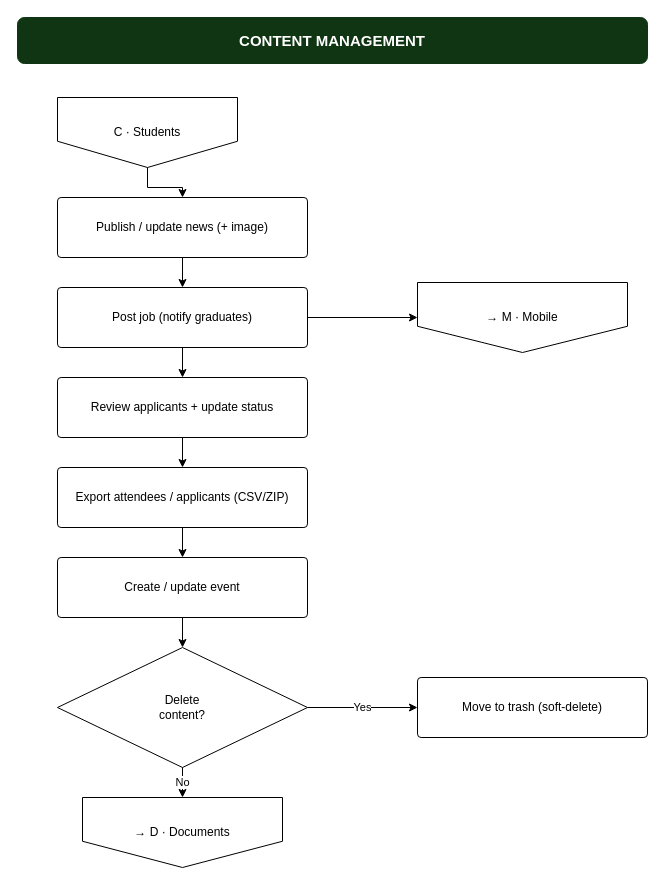
Earlier version of the draw.io diagram page "Admin — Content" (4 of 7) of docs/reunio-admin-flow.drawio (dibidjims17/Alumni-System). Source tidied: cells renumbered, new cells numbered last; positions are measured from the earlier drawing's top-left corner, leaving out a move shared by most shapes. Both pictures are drawn from the tidied source at 100%, with x=0, y=0 at pixel (17, 17).
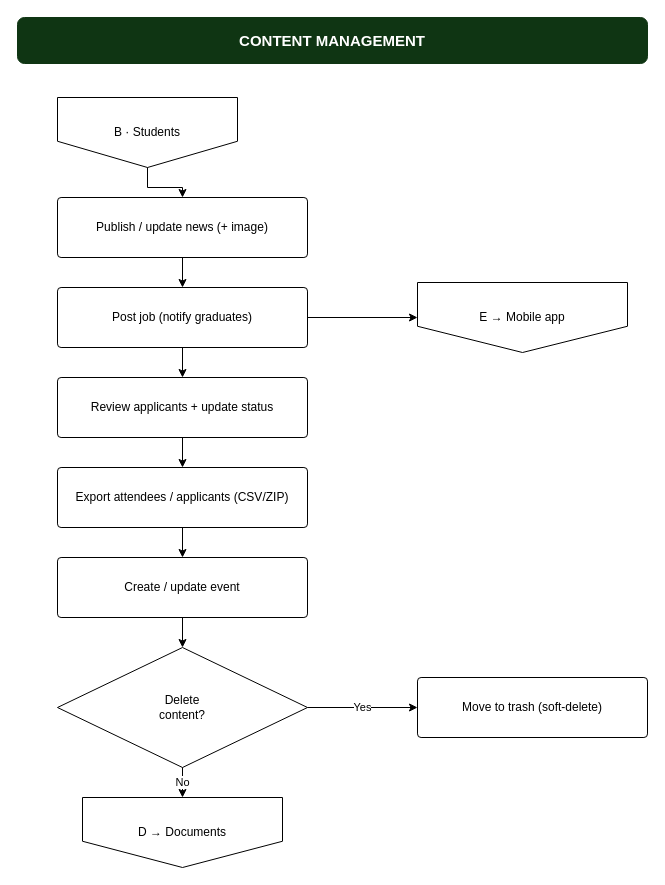
Above is the later version.

Change to the diagram source:
```diff
@@
-    <mxCell id="3" value="C · Students" style="shape=offPageConnector;whiteSpace=wrap;html=1;fontSize=12;" parent="1" vertex="1">
+    <mxCell id="3" value="B · Students" style="shape=offPageConnector;whiteSpace=wrap;html=1;fontSize=12;" parent="1" vertex="1">
       <mxGeometry x="40" y="80" width="180" height="70" as="geometry" />
     </mxCell>
@@
-    <mxCell id="6" value="→ M · Mobile" style="shape=offPageConnector;whiteSpace=wrap;html=1;fontSize=12;" parent="1" vertex="1">
+    <mxCell id="6" value="E → Mobile app" style="shape=offPageConnector;whiteSpace=wrap;html=1;fontSize=12;" parent="1" vertex="1">
       <mxGeometry x="400" y="265" width="210" height="70" as="geometry" />
     </mxCell>
@@
-    <mxCell id="12" value="→ D · Documents" style="shape=offPageConnector;whiteSpace=wrap;html=1;fontSize=12;" parent="1" vertex="1">
+    <mxCell id="12" value="D → Documents" style="shape=offPageConnector;whiteSpace=wrap;html=1;fontSize=12;" parent="1" vertex="1">
       <mxGeometry x="65" y="780" width="200" height="70" as="geometry" />
     </mxCell>
```
